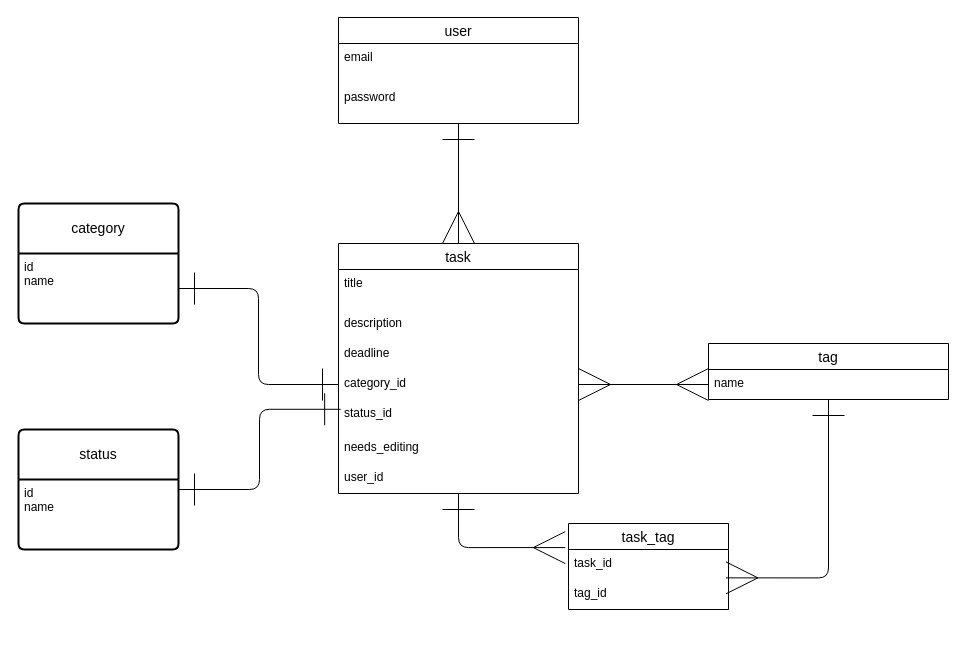
This is todo.dio from yominmirin/todomemo-45757, a draw.io file, before an edit. Source tidied: cells renumbered, new cells numbered last; positions are measured from the earlier drawing's top-left corner, leaving out a move shared by most shapes. Both pictures are drawn from the tidied source at 100%, with x=0, y=0 at pixel (18, 17).
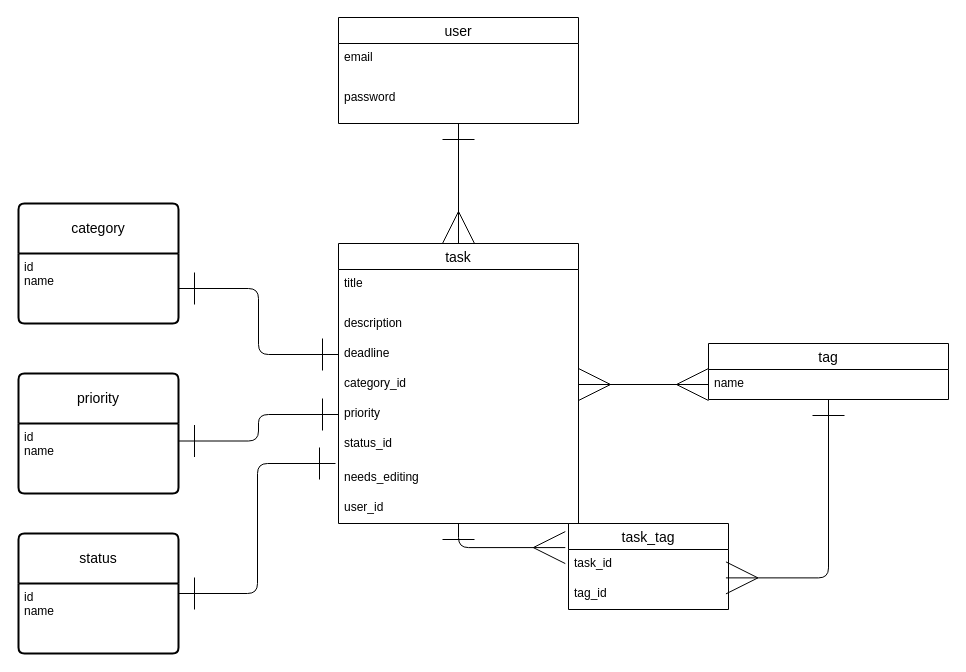
The same diagram, later.

The change refers to these unchanged cells:
```xml
<mxCell id="9" value="deadline" style="text;strokeColor=none;fillColor=none;spacingLeft=4;spacingRight=4;overflow=hidden;points=[[0,0.5],[1,0.5]];portConstraint=eastwest;fontSize=12;whiteSpace=wrap;html=1;" parent="6" vertex="1">
  <mxGeometry y="96" width="240" height="30" as="geometry" />
</mxCell>
<mxCell id="17" value="id&lt;div&gt;name&lt;/div&gt;" style="align=left;strokeColor=none;fillColor=none;spacingLeft=4;fontSize=12;verticalAlign=top;html=1;" parent="16" vertex="1">
  <mxGeometry y="50" width="160" height="70" as="geometry" />
</mxCell>
```

What changed in the source:
```diff
@@
     <mxCell id="6" value="task" style="swimlane;fontStyle=0;horizontal=1;startSize=26;align=center;fontSize=14;" parent="1" vertex="1">
-      <mxGeometry x="320" y="226" width="240" height="250" as="geometry" />
+      <mxGeometry x="320" y="226" width="240" height="280" as="geometry" />
     </mxCell>
@@
+    <mxCell id="28" value="priority" style="text;strokeColor=none;fillColor=none;spacingLeft=4;spacingRight=4;overflow=hidden;points=[[0,0.5],[1,0.5]];portConstraint=eastwest;fontSize=12;whiteSpace=wrap;html=1;" parent="6" vertex="1">
+      <mxGeometry y="156" width="240" height="30" as="geometry" />
+    </mxCell>
     <mxCell id="11" value="status_id" style="text;strokeColor=none;fillColor=none;spacingLeft=4;spacingRight=4;overflow=hidden;points=[[0,0.5],[1,0.5]];portConstraint=eastwest;fontSize=12;whiteSpace=wrap;html=1;" parent="6" vertex="1">
-      <mxGeometry y="156" width="240" height="34" as="geometry" />
+      <mxGeometry y="186" width="240" height="34" as="geometry" />
     </mxCell>
     <mxCell id="12" value="needs_editing" style="text;strokeColor=none;fillColor=none;spacingLeft=4;spacingRight=4;overflow=hidden;fontSize=12;whiteSpace=wrap;html=1;" parent="6" vertex="1">
-      <mxGeometry y="190" width="240" height="30" as="geometry" />
+      <mxGeometry y="220" width="240" height="30" as="geometry" />
     </mxCell>
     <mxCell id="13" value="user_id" style="text;strokeColor=none;fillColor=none;spacingLeft=4;spacingRight=4;overflow=hidden;fontSize=12;whiteSpace=wrap;html=1;" parent="6" vertex="1">
-      <mxGeometry y="220" width="240" height="30" as="geometry" />
+      <mxGeometry y="250" width="240" height="30" as="geometry" />
     </mxCell>
@@
-    <mxCell id="18" style="edgeStyle=elbowEdgeStyle;html=1;entryX=0;entryY=0.5;entryDx=0;entryDy=0;endArrow=ERone;endFill=0;startArrow=ERone;startFill=0;endSize=30;startSize=30;" parent="1" edge="1" source="17">
-      <mxGeometry relative="1" as="geometry">
-        <mxPoint x="320" y="367" as="targetPoint" />
-      </mxGeometry>
+    <mxCell id="18" style="edgeStyle=elbowEdgeStyle;html=1;endArrow=ERone;endFill=0;startArrow=ERone;startFill=0;endSize=30;startSize=30;entryX=0;entryY=0.5;entryDx=0;entryDy=0;" parent="1" edge="1" source="17" target="9">
+      <mxGeometry relative="1" as="geometry" />
     </mxCell>
@@
     <mxCell id="20" value="status" style="swimlane;horizontal=1;startSize=50;rounded=1;fontSize=14;fontStyle=0;strokeWidth=2;shadow=0;dashed=0;align=center;arcSize=4;whiteSpace=wrap;html=1;" parent="1" vertex="1">
-      <mxGeometry y="412" width="160" height="120" as="geometry" />
+      <mxGeometry y="516" width="160" height="120" as="geometry" />
     </mxCell>
@@
-    <mxCell id="22" style="edgeStyle=elbowEdgeStyle;html=1;entryX=0.009;entryY=0.288;entryDx=0;entryDy=0;entryPerimeter=0;endSize=30;startSize=30;endArrow=ERone;endFill=0;startArrow=ERone;startFill=0;" parent="1" edge="1" source="20" target="11">
-      <mxGeometry relative="1" as="geometry" />
+    <mxCell id="22" style="edgeStyle=elbowEdgeStyle;html=1;endSize=30;startSize=30;endArrow=ERone;endFill=0;startArrow=ERone;startFill=0;" parent="1" edge="1" source="20">
+      <mxGeometry relative="1" as="geometry">
+        <mxPoint x="317" y="446" as="targetPoint" />
+        <Array as="points">
+          <mxPoint x="239" y="446" />
+        </Array>
+      </mxGeometry>
     </mxCell>
@@
+    <mxCell id="29" value="priority" style="swimlane;horizontal=1;startSize=50;rounded=1;fontSize=14;fontStyle=0;strokeWidth=2;shadow=0;dashed=0;align=center;arcSize=4;whiteSpace=wrap;html=1;" parent="1" vertex="1">
+      <mxGeometry y="356" width="160" height="120" as="geometry" />
+    </mxCell>
+    <mxCell id="30" value="&lt;div&gt;id&lt;/div&gt;name" style="align=left;strokeColor=none;fillColor=none;spacingLeft=4;fontSize=12;verticalAlign=top;html=1;" parent="29" vertex="1">
+      <mxGeometry y="50" width="160" height="70" as="geometry" />
+    </mxCell>
+    <mxCell id="31" style="edgeStyle=elbowEdgeStyle;html=1;entryX=0;entryY=0.5;entryDx=0;entryDy=0;endArrow=ERone;endFill=0;startArrow=ERone;startFill=0;endSize=30;startSize=30;exitX=1;exitY=0.25;exitDx=0;exitDy=0;" parent="1" edge="1" source="30" target="28">
+      <mxGeometry relative="1" as="geometry" />
+    </mxCell>
```
